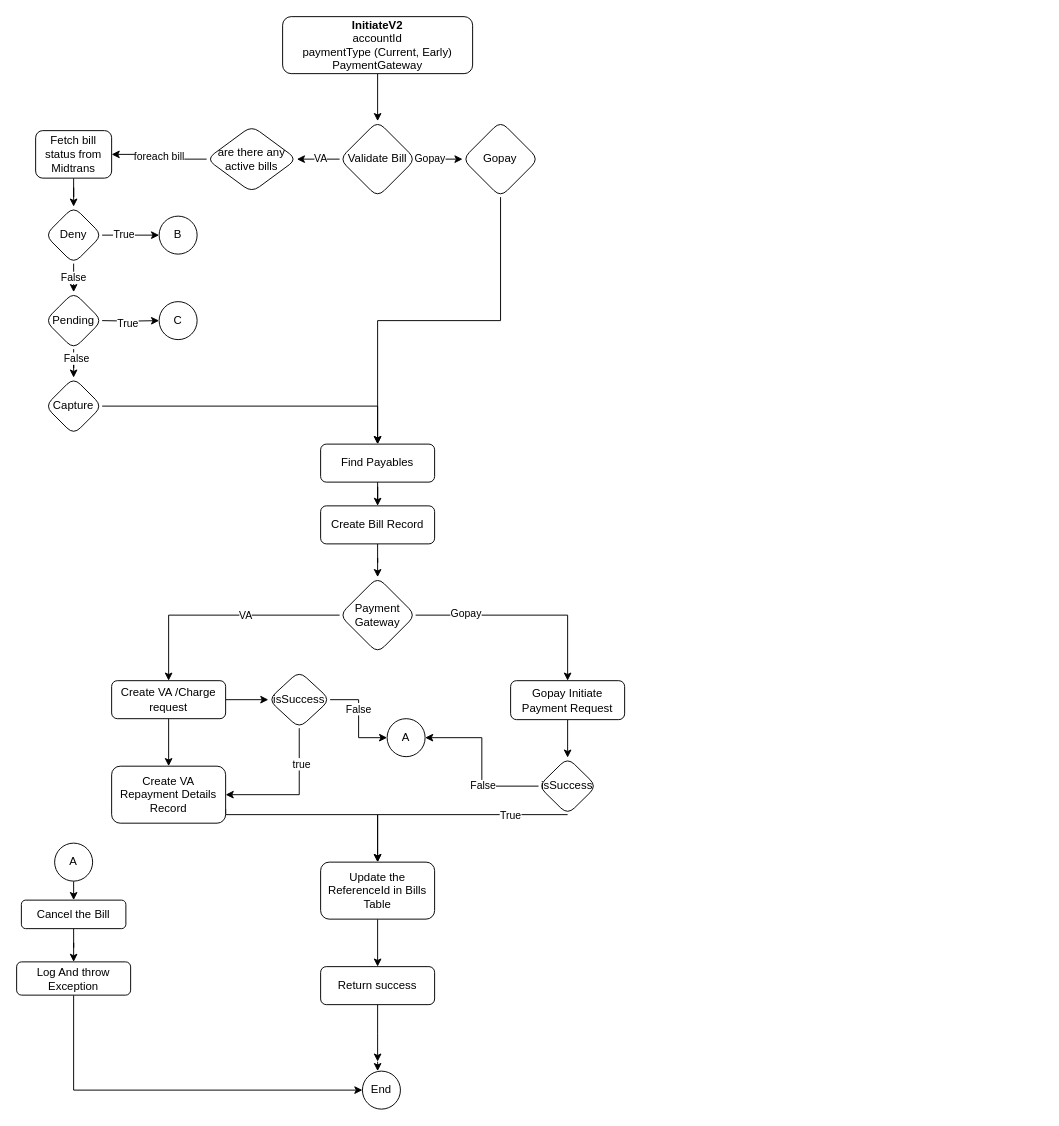
The draw.io diagram Untitled Diagram.drawio in mmritesh/demo, before the edit. Source tidied: cells renumbered, new cells numbered last; positions are measured from the earlier drawing's top-left corner, leaving out a move shared by most shapes. Both pictures are drawn from the tidied source at 95%, with x=0, y=0 at pixel (16, 16).
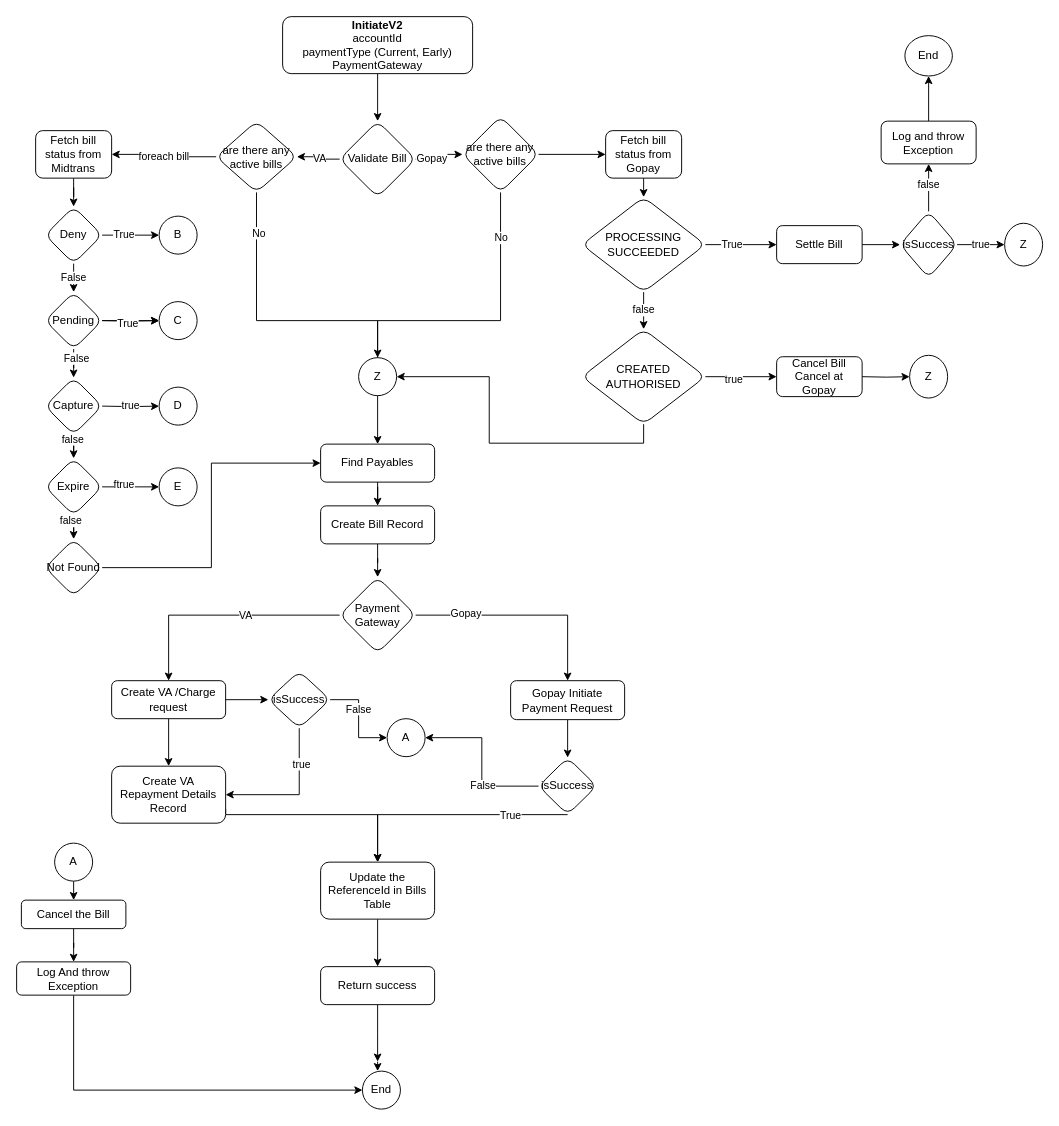
Above is the later version.

Commit message (it also covers changes not shown here):
Initiate Repayment V2

The change refers to these unchanged cells:
```xml
<mxCell id="5" value="Find Payables" style="rounded=1;whiteSpace=wrap;html=1;fontSize=12;glass=0;strokeWidth=1;shadow=0;" parent="1" vertex="1">
  <mxGeometry x="320" y="450" width="120" height="40" as="geometry" />
</mxCell>
<mxCell id="8" style="edgeStyle=orthogonalEdgeStyle;rounded=0;jettySize=auto;html=1;exitX=0.5;exitY=1;exitDx=0;exitDy=0;entryX=0.5;entryY=0;entryDx=0;entryDy=0;" parent="1" edge="1" source="9" target="5">
  <mxGeometry relative="1" as="geometry">
    <Array as="points">
      <mxPoint x="509" y="320" />
      <mxPoint x="380" y="320" />
    </Array>
  </mxGeometry>
</mxCell>
<mxCell id="60" value="Pending" style="rhombus;whiteSpace=wrap;html=1;rounded=1;shadow=0;strokeWidth=1;glass=0;" parent="1" vertex="1">
  <mxGeometry x="30" y="290" width="60" height="60" as="geometry" />
</mxCell>
<mxCell id="62" value="Capture" style="rhombus;whiteSpace=wrap;html=1;rounded=1;shadow=0;strokeWidth=1;glass=0;" parent="1" vertex="1">
  <mxGeometry x="30" y="380" width="60" height="60" as="geometry" />
</mxCell>
<mxCell id="66" value="C" style="ellipse;whiteSpace=wrap;html=1;rounded=1;shadow=0;strokeWidth=1;glass=0;" parent="1" vertex="1">
  <mxGeometry x="150" y="300" width="40" height="40" as="geometry" />
</mxCell>
```

Diff of the diagram source:
```diff
@@
+    <mxCell id="67" value="No" style="edgeLabel;html=1;align=center;verticalAlign=middle;" parent="8" vertex="1">
+      <mxGeometry x="-0.76" relative="1" as="geometry" />
+    </mxCell>
+    <mxCell id="68" style="edgeStyle=orthogonalEdgeStyle;rounded=0;jettySize=auto;html=1;exitX=1;exitY=0.5;exitDx=0;exitDy=0;entryX=0;entryY=0.5;entryDx=0;entryDy=0;" parent="1" edge="1" source="9" target="83">
+      <mxGeometry relative="1" as="geometry" />
+    </mxCell>
-    <mxCell id="9" value="Gopay" style="rhombus;whiteSpace=wrap;html=1;rounded=1;shadow=0;strokeWidth=1;glass=0;" parent="1" vertex="1">
-      <mxGeometry x="469.4" y="110" width="80" height="80" as="geometry" />
+    <mxCell id="9" value="are there any active bills" style="rhombus;whiteSpace=wrap;html=1;rounded=1;shadow=0;strokeWidth=1;glass=0;" parent="1" vertex="1">
+      <mxGeometry x="469.4" y="105" width="80" height="80" as="geometry" />
     </mxCell>
@@
     <mxCell id="32" value="are there any active bills" style="rhombus;whiteSpace=wrap;html=1;rounded=1;shadow=0;strokeWidth=1;glass=0;" parent="1" vertex="1">
-      <mxGeometry x="200" y="115" width="95" height="70" as="geometry" />
+      <mxGeometry x="210" y="110" width="85" height="75" as="geometry" />
     </mxCell>
@@
+    <mxCell id="69" style="edgeStyle=orthogonalEdgeStyle;rounded=0;jettySize=auto;html=1;" parent="1" edge="1" source="60" target="66">
+      <mxGeometry relative="1" as="geometry" />
+    </mxCell>
@@
-    <mxCell id="61" style="edgeStyle=orthogonalEdgeStyle;rounded=0;jettySize=auto;html=1;exitX=1;exitY=0.5;exitDx=0;exitDy=0;" parent="1" edge="1" source="62" target="5">
-      <mxGeometry relative="1" as="geometry" />
-    </mxCell>
+    <mxCell id="70" style="edgeStyle=orthogonalEdgeStyle;rounded=0;jettySize=auto;html=1;" parent="1" edge="1" source="62" target="76">
+      <mxGeometry relative="1" as="geometry" />
+    </mxCell>
+    <mxCell id="71" value="false" style="edgeLabel;html=1;align=center;verticalAlign=middle;" parent="70" vertex="1">
+      <mxGeometry x="0.27" y="2" relative="1" as="geometry">
+        <mxPoint x="-4" y="-1" as="offset" />
+      </mxGeometry>
+    </mxCell>
@@
+    <mxCell id="72" style="edgeStyle=orthogonalEdgeStyle;rounded=0;jettySize=auto;html=1;exitX=1;exitY=0.5;exitDx=0;exitDy=0;entryX=0;entryY=0.5;entryDx=0;entryDy=0;" parent="1" edge="1" source="76" target="77">
+      <mxGeometry relative="1" as="geometry" />
+    </mxCell>
+    <mxCell id="73" value="ftrue" style="edgeLabel;html=1;align=center;verticalAlign=middle;" parent="72" vertex="1">
+      <mxGeometry x="-0.27" y="3" relative="1" as="geometry" />
+    </mxCell>
+    <mxCell id="74" style="edgeStyle=orthogonalEdgeStyle;rounded=0;jettySize=auto;html=1;" parent="1" edge="1" source="76" target="81">
+      <mxGeometry relative="1" as="geometry" />
+    </mxCell>
+    <mxCell id="75" value="false" style="edgeLabel;html=1;align=center;verticalAlign=middle;" parent="74" vertex="1">
+      <mxGeometry x="0.27" y="-4" relative="1" as="geometry" />
+    </mxCell>
+    <mxCell id="76" value="Expire" style="rhombus;whiteSpace=wrap;html=1;rounded=1;shadow=0;strokeWidth=1;glass=0;" parent="1" vertex="1">
+      <mxGeometry x="30" y="465" width="60" height="60" as="geometry" />
+    </mxCell>
+    <mxCell id="77" value="E" style="ellipse;whiteSpace=wrap;html=1;rounded=1;shadow=0;strokeWidth=1;glass=0;" parent="1" vertex="1">
+      <mxGeometry x="150" y="475" width="40" height="40" as="geometry" />
+    </mxCell>
+    <mxCell id="78" value="true" style="edgeStyle=orthogonalEdgeStyle;rounded=0;jettySize=auto;html=1;" parent="1" edge="1" target="79">
+      <mxGeometry relative="1" as="geometry">
+        <mxPoint x="90" y="410" as="sourcePoint" />
+      </mxGeometry>
+    </mxCell>
+    <mxCell id="79" value="D" style="ellipse;whiteSpace=wrap;html=1;rounded=1;shadow=0;strokeWidth=1;glass=0;" parent="1" vertex="1">
+      <mxGeometry x="150" y="390" width="40" height="40" as="geometry" />
+    </mxCell>
+    <mxCell id="80" style="edgeStyle=orthogonalEdgeStyle;rounded=0;jettySize=auto;html=1;entryX=0;entryY=0.5;entryDx=0;entryDy=0;" parent="1" edge="1" source="81" target="5">
+      <mxGeometry relative="1" as="geometry" />
+    </mxCell>
+    <mxCell id="81" value="Not Found" style="rhombus;whiteSpace=wrap;html=1;rounded=1;shadow=0;strokeWidth=1;glass=0;" parent="1" vertex="1">
+      <mxGeometry x="30" y="550" width="60" height="60" as="geometry" />
+    </mxCell>
+    <mxCell id="82" style="edgeStyle=orthogonalEdgeStyle;rounded=0;jettySize=auto;html=1;exitX=0.5;exitY=1;exitDx=0;exitDy=0;entryX=0.5;entryY=0;entryDx=0;entryDy=0;" parent="1" edge="1" source="83" target="87">
+      <mxGeometry relative="1" as="geometry" />
+    </mxCell>
+    <mxCell id="83" value="Fetch bill status from Gopay" style="whiteSpace=wrap;html=1;rounded=1;shadow=0;strokeWidth=1;glass=0;" parent="1" vertex="1">
+      <mxGeometry x="620" y="120" width="80" height="50" as="geometry" />
+    </mxCell>
+    <mxCell id="84" style="edgeStyle=orthogonalEdgeStyle;rounded=0;jettySize=auto;html=1;" parent="1" edge="1" source="87" target="89">
+      <mxGeometry relative="1" as="geometry" />
+    </mxCell>
+    <mxCell id="85" value="True" style="edgeLabel;html=1;align=center;verticalAlign=middle;" parent="84" vertex="1">
+      <mxGeometry x="-0.27" y="1" relative="1" as="geometry" />
+    </mxCell>
+    <mxCell id="86" value="false" style="edgeStyle=orthogonalEdgeStyle;rounded=0;jettySize=auto;html=1;" parent="1" edge="1" source="87" target="104">
+      <mxGeometry relative="1" as="geometry" />
+    </mxCell>
+    <mxCell id="87" value="PROCESSING&lt;br&gt;SUCCEEDED" style="rhombus;whiteSpace=wrap;html=1;rounded=1;shadow=0;strokeWidth=1;glass=0;" parent="1" vertex="1">
+      <mxGeometry x="595" y="190" width="130" height="100" as="geometry" />
+    </mxCell>
+    <mxCell id="88" style="edgeStyle=orthogonalEdgeStyle;rounded=0;jettySize=auto;html=1;" parent="1" edge="1" source="89" target="96">
+      <mxGeometry relative="1" as="geometry" />
+    </mxCell>
+    <mxCell id="89" value="Settle Bill" style="rounded=1;whiteSpace=wrap;html=1;" parent="1" vertex="1">
+      <mxGeometry x="800" y="220" width="90" height="40" as="geometry" />
+    </mxCell>
+    <mxCell id="90" value="Z" style="ellipse;whiteSpace=wrap;html=1;" parent="1" vertex="1">
+      <mxGeometry x="360" y="359" width="40" height="40" as="geometry" />
+    </mxCell>
+    <mxCell id="91" style="edgeStyle=orthogonalEdgeStyle;rounded=0;jettySize=auto;html=1;exitX=0.5;exitY=1;exitDx=0;exitDy=0;" parent="1" edge="1" source="32" target="90">
+      <mxGeometry relative="1" as="geometry">
+        <Array as="points">
+          <mxPoint x="253" y="320" />
+          <mxPoint x="380" y="320" />
+        </Array>
+      </mxGeometry>
+    </mxCell>
+    <mxCell id="92" value="No" style="edgeLabel;html=1;align=center;verticalAlign=middle;" parent="91" vertex="1">
+      <mxGeometry x="-0.72" y="2" relative="1" as="geometry" />
+    </mxCell>
+    <mxCell id="93" style="edgeStyle=orthogonalEdgeStyle;rounded=0;jettySize=auto;html=1;" parent="1" edge="1" source="96" target="98">
+      <mxGeometry relative="1" as="geometry" />
+    </mxCell>
+    <mxCell id="94" value="false" style="edgeLabel;html=1;align=center;verticalAlign=middle;" parent="93" vertex="1">
+      <mxGeometry x="0.16" y="1" relative="1" as="geometry" />
+    </mxCell>
+    <mxCell id="95" value="true" style="edgeStyle=orthogonalEdgeStyle;rounded=0;jettySize=auto;html=1;" parent="1" edge="1" source="96" target="100">
+      <mxGeometry relative="1" as="geometry" />
+    </mxCell>
+    <mxCell id="96" value="isSuccess" style="rhombus;whiteSpace=wrap;html=1;rounded=1;" parent="1" vertex="1">
+      <mxGeometry x="930" y="205" width="60" height="70" as="geometry" />
+    </mxCell>
+    <mxCell id="97" style="edgeStyle=orthogonalEdgeStyle;rounded=0;jettySize=auto;html=1;" parent="1" edge="1" source="98" target="99">
+      <mxGeometry relative="1" as="geometry" />
+    </mxCell>
+    <mxCell id="98" value="Log and throw Exception" style="whiteSpace=wrap;html=1;rounded=1;" parent="1" vertex="1">
+      <mxGeometry x="910" y="110" width="100" height="45" as="geometry" />
+    </mxCell>
+    <mxCell id="99" value="End" style="ellipse;whiteSpace=wrap;html=1;rounded=1;" parent="1" vertex="1">
+      <mxGeometry x="935" y="20" width="50" height="42.5" as="geometry" />
+    </mxCell>
+    <mxCell id="100" value="Z" style="ellipse;whiteSpace=wrap;html=1;rounded=1;" parent="1" vertex="1">
+      <mxGeometry x="1040" y="217.5" width="40" height="45" as="geometry" />
+    </mxCell>
+    <mxCell id="101" style="edgeStyle=orthogonalEdgeStyle;rounded=0;jettySize=auto;html=1;" parent="1" edge="1" source="104" target="105">
+      <mxGeometry relative="1" as="geometry" />
+    </mxCell>
+    <mxCell id="102" value="true" style="edgeLabel;html=1;align=center;verticalAlign=middle;" parent="101" vertex="1">
+      <mxGeometry x="-0.23" y="-2" relative="1" as="geometry" />
+    </mxCell>
+    <mxCell id="103" style="edgeStyle=orthogonalEdgeStyle;rounded=0;jettySize=auto;html=1;exitX=0.5;exitY=1;exitDx=0;exitDy=0;entryX=1;entryY=0.5;entryDx=0;entryDy=0;" parent="1" edge="1" source="104" target="90">
+      <mxGeometry relative="1" as="geometry" />
+    </mxCell>
+    <mxCell id="104" value="CREATED&lt;br&gt;AUTHORISED" style="rhombus;whiteSpace=wrap;html=1;rounded=1;shadow=0;strokeWidth=1;glass=0;" parent="1" vertex="1">
+      <mxGeometry x="595" y="329" width="130" height="100" as="geometry" />
+    </mxCell>
+    <mxCell id="105" value="Cancel Bill&lt;br&gt;Cancel at Gopay" style="whiteSpace=wrap;html=1;rounded=1;shadow=0;strokeWidth=1;glass=0;" parent="1" vertex="1">
+      <mxGeometry x="800" y="358" width="90" height="42" as="geometry" />
+    </mxCell>
+    <mxCell id="106" style="edgeStyle=orthogonalEdgeStyle;rounded=0;jettySize=auto;html=1;" parent="1" edge="1" target="107">
+      <mxGeometry relative="1" as="geometry">
+        <mxPoint x="890" y="379" as="sourcePoint" />
+      </mxGeometry>
+    </mxCell>
+    <mxCell id="107" value="Z" style="ellipse;whiteSpace=wrap;html=1;rounded=1;" parent="1" vertex="1">
+      <mxGeometry x="940" y="356.5" width="40" height="45" as="geometry" />
+    </mxCell>
```
